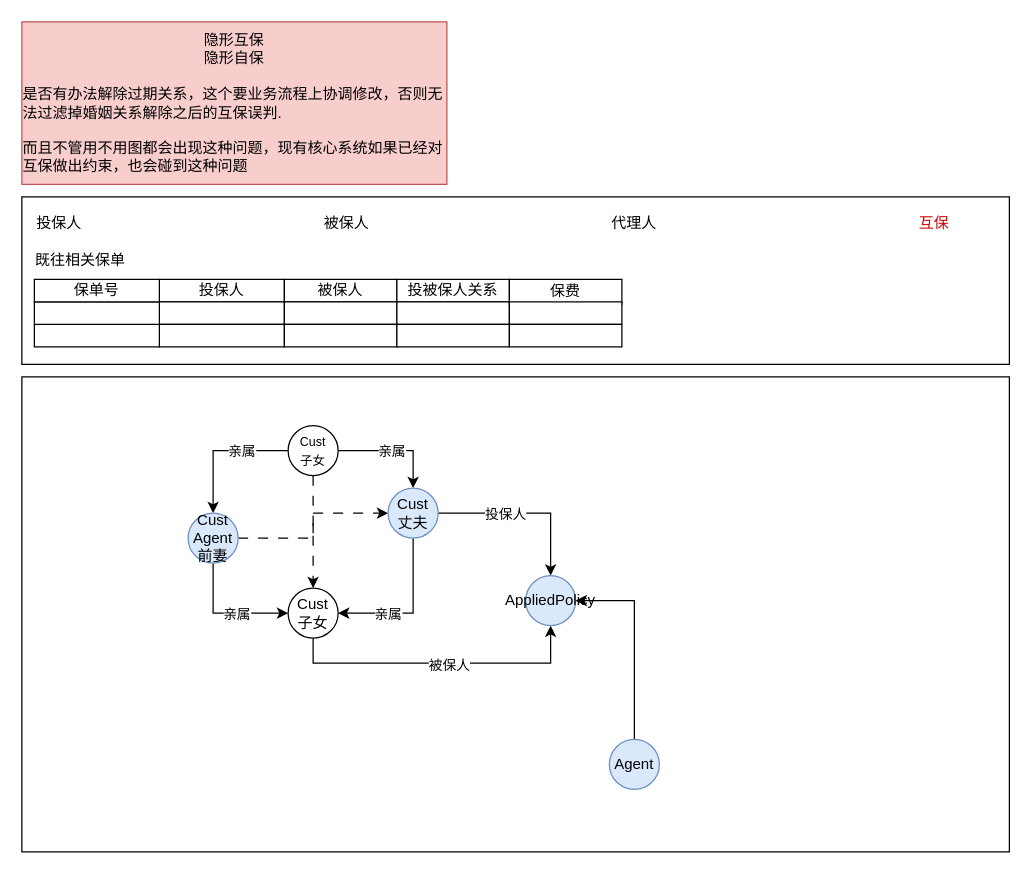
Before: page "紧密客群-事中" (4 of 8) of 友邦/ux.drawio in XiaoLiuAI/diagrams, a draw.io diagram. Source tidied: cells renumbered, new cells numbered last; positions are measured from the earlier drawing's top-left corner, leaving out a move shared by most shapes. Both pictures are drawn from the tidied source at 125%, with x=0, y=0 at pixel (21, 21).
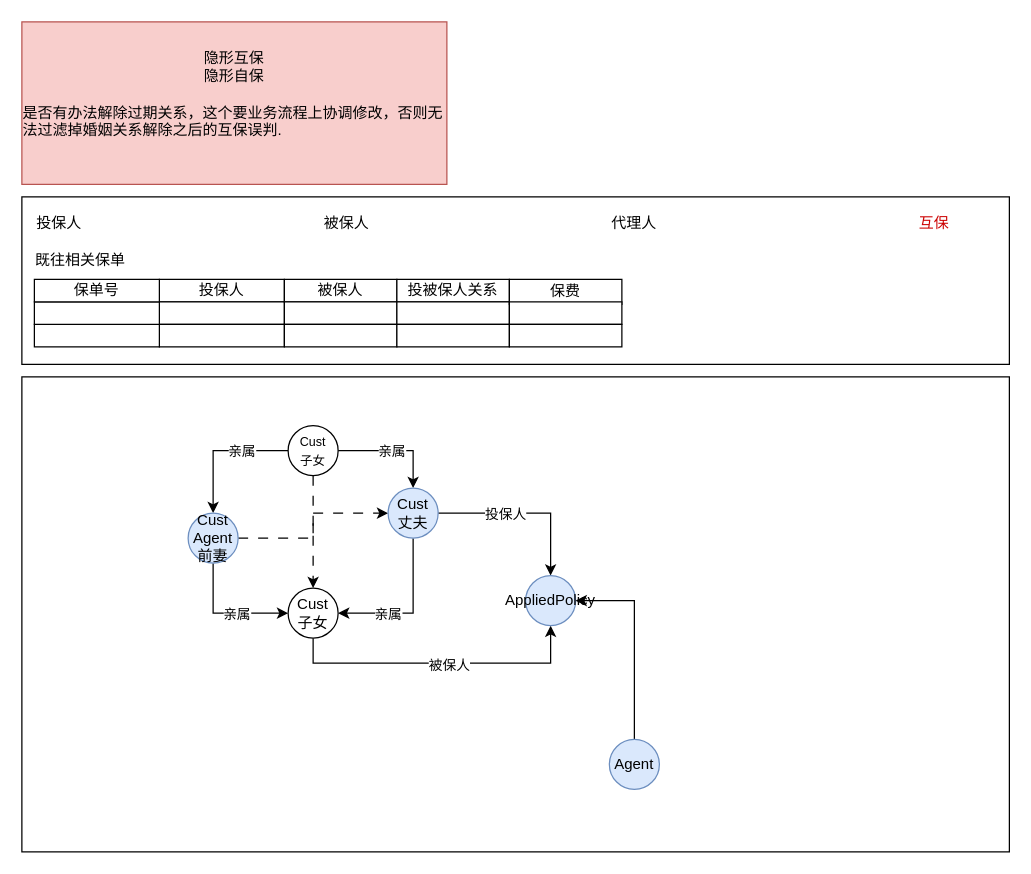
The same diagram, later.

What changed in the source:
```diff
@@
-    <mxCell id="45" value="隐形互保&lt;br&gt;隐形自保&lt;br&gt;&lt;br&gt;&lt;div style=&quot;text-align: left;&quot;&gt;&lt;span style=&quot;background-color: initial;&quot;&gt;是否有办法解除过期关系，这个要业务流程上协调修改，否则无法过滤掉婚姻关系解除之后的互保误判.&amp;nbsp;&lt;/span&gt;&lt;/div&gt;&lt;div style=&quot;text-align: left;&quot;&gt;&lt;span style=&quot;background-color: initial;&quot;&gt;&lt;br&gt;&lt;/span&gt;&lt;/div&gt;&lt;div style=&quot;text-align: left;&quot;&gt;&lt;span style=&quot;background-color: initial;&quot;&gt;而且不管用不用图都会出现这种问题，现有核心系统如果已经对互保做出约束，也会碰到这种问题&lt;/span&gt;&lt;/div&gt;" style="text;html=1;strokeColor=#b85450;fillColor=#f8cecc;align=center;verticalAlign=middle;whiteSpace=wrap;rounded=0;" parent="1" vertex="1">
+    <mxCell id="45" value="隐形互保&lt;br&gt;隐形自保&lt;br&gt;&lt;br&gt;&lt;div style=&quot;text-align: left;&quot;&gt;&lt;span style=&quot;background-color: initial;&quot;&gt;是否有办法解除过期关系，这个要业务流程上协调修改，否则无法过滤掉婚姻关系解除之后的互保误判.&amp;nbsp;&lt;/span&gt;&lt;/div&gt;&lt;div style=&quot;text-align: left;&quot;&gt;&lt;br&gt;&lt;/div&gt;" style="text;html=1;strokeColor=#b85450;fillColor=#f8cecc;align=center;verticalAlign=middle;whiteSpace=wrap;rounded=0;" parent="1" vertex="1">
       <mxGeometry width="340" height="130" as="geometry" />
     </mxCell>
```
